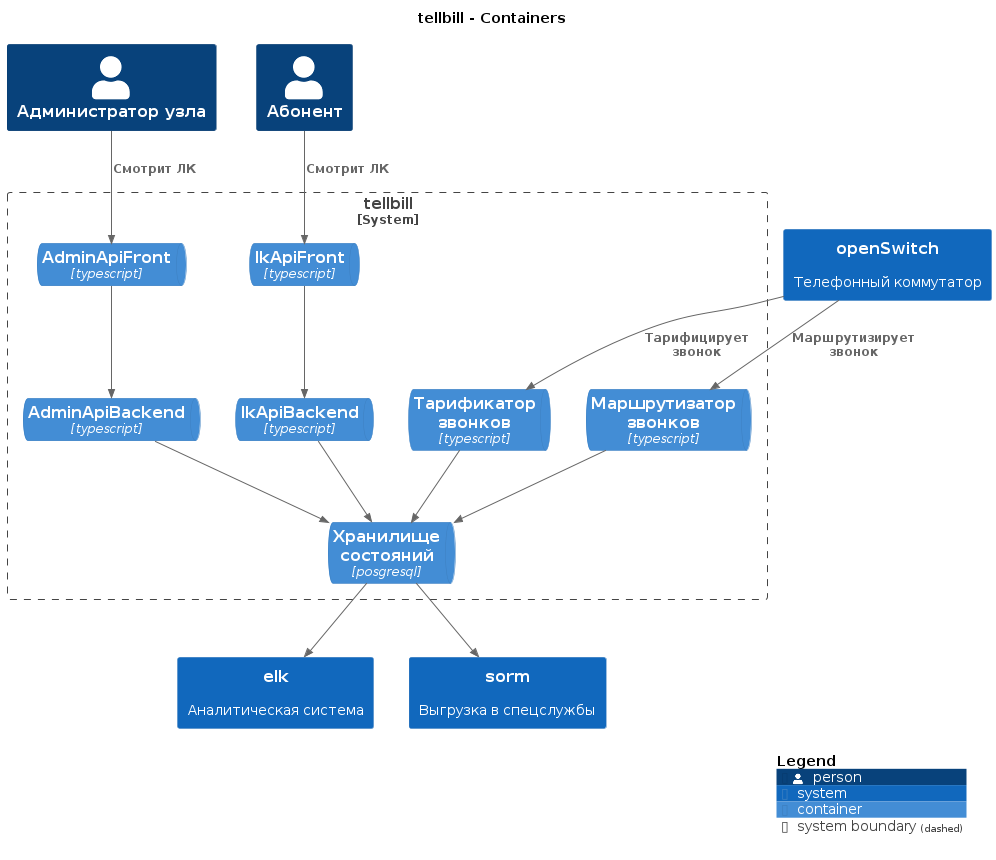
Before: out/docs/c4-dsl/plantuml/structurizr-Containers/structurizr-Containers.png, a diagram exported from PlantUML (lfuuu/Diplom).
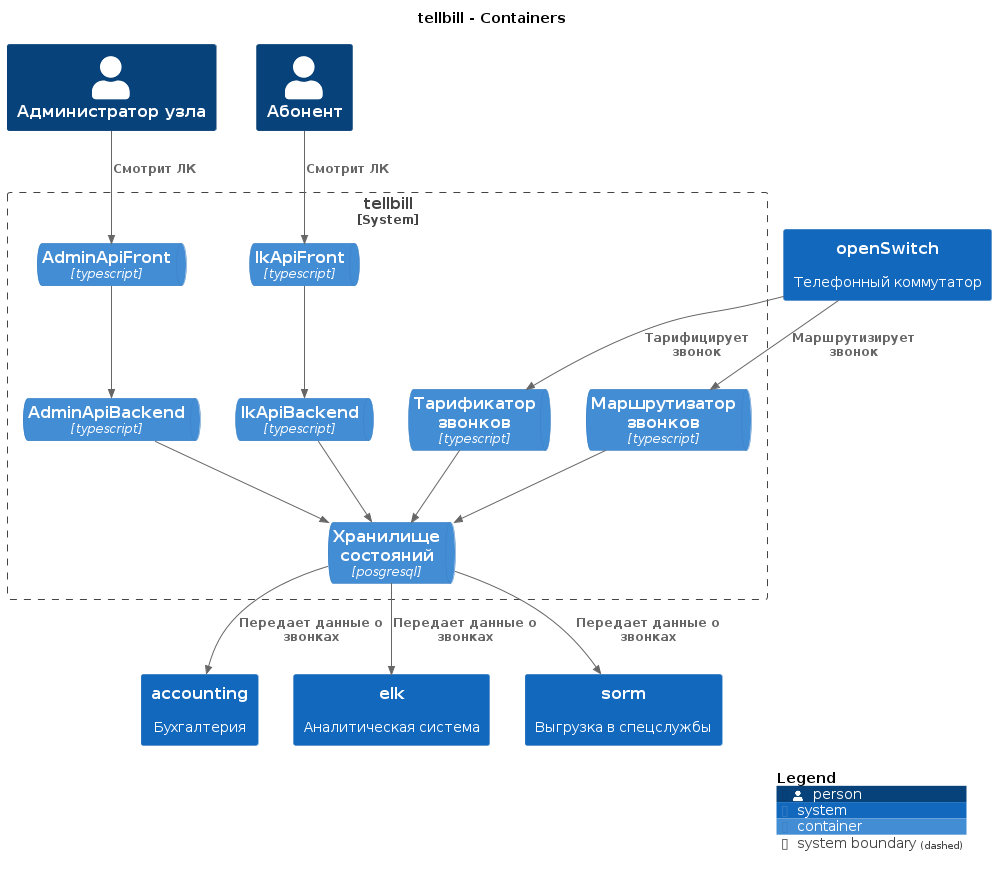
After the commit.

Change to the diagram source:
```diff
@@ -11,6 +11,7 @@
 Person(Администраторузла, "Администратор узла", $descr="", $tags="", $link="")
 Person(Абонент, "Абонент", $descr="", $tags="", $link="")
 System(openSwitch, "openSwitch", $descr="Телефонный коммутатор", $tags="", $link="")
+System(accounting, "accounting", $descr="Бухгалтерия", $tags="", $link="")
 System(elk, "elk", $descr="Аналитическая система", $tags="", $link="")
 System(sorm, "sorm", $descr="Выгрузка в спецслужбы", $tags="", $link="")
 
@@ -26,8 +27,9 @@
 
 Rel(tellbill.Тарификаторзвонков, tellbill.Хранилищесостояний, "", $techn="", $tags="", $link="")
 Rel(tellbill.Маршрутизаторзвонков, tellbill.Хранилищесостояний, "", $techn="", $tags="", $link="")
-Rel(tellbill.Хранилищесостояний, elk, "", $techn="", $tags="", $link="")
-Rel(tellbill.Хранилищесостояний, sorm, "", $techn="", $tags="", $link="")
+Rel(tellbill.Хранилищесостояний, elk, "Передает данные о звонках", $techn="", $tags="", $link="")
+Rel(tellbill.Хранилищесостояний, sorm, "Передает данные о звонках", $techn="", $tags="", $link="")
+Rel(tellbill.Хранилищесостояний, accounting, "Передает данные о звонках", $techn="", $tags="", $link="")
 Rel(tellbill.lkApiFront, tellbill.lkApiBackend, "", $techn="", $tags="", $link="")
 Rel(tellbill.AdminApiFront, tellbill.AdminApiBackend, "", $techn="", $tags="", $link="")
 Rel(tellbill.lkApiBackend, tellbill.Хранилищесостояний, "", $techn="", $tags="", $link="")
```
